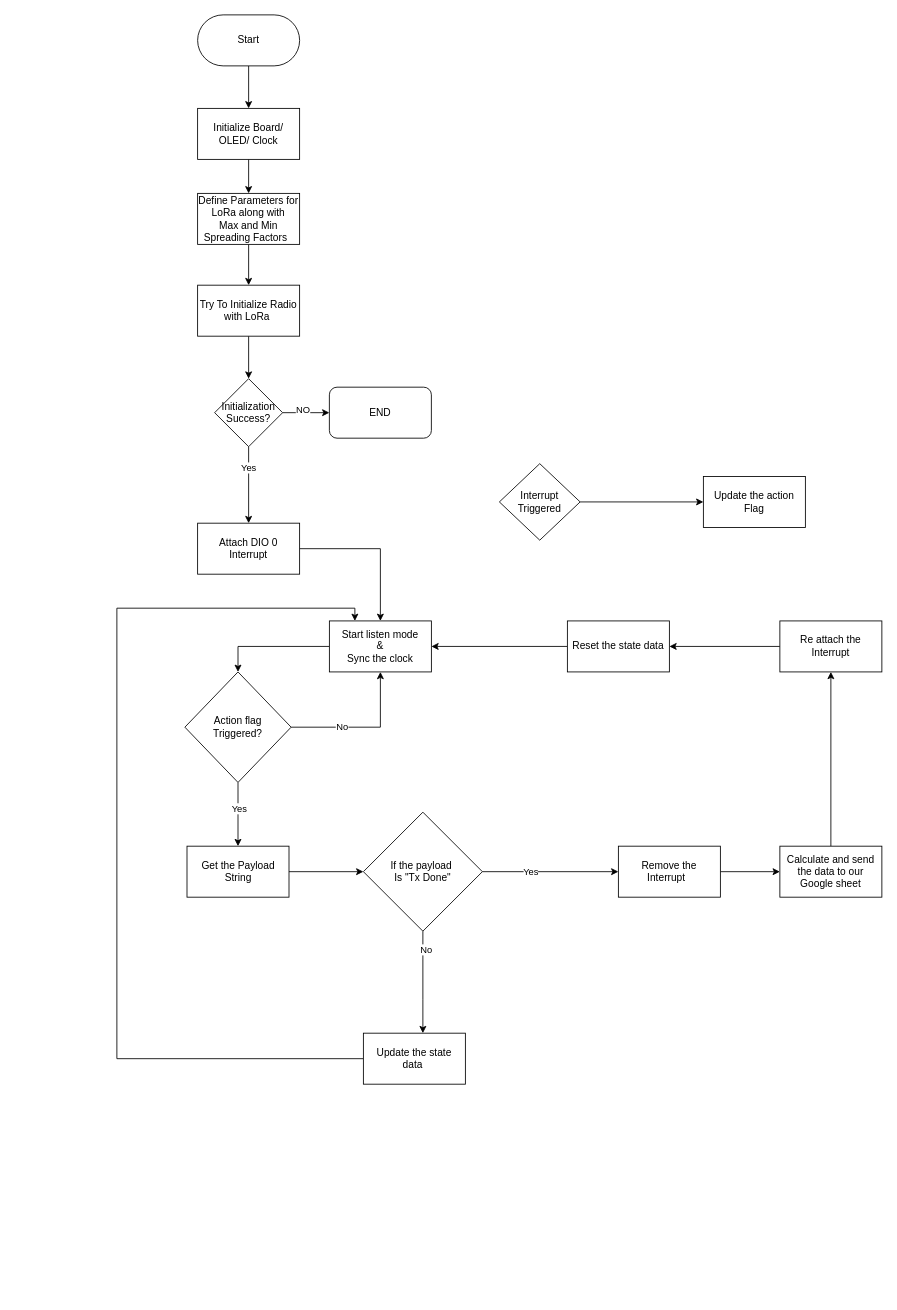
Earlier version of the draw.io diagram singlerelay.drawio (NuwanUdara/my-diagrams). Source tidied: cells renumbered, new cells numbered last; positions are measured from the earlier drawing's top-left corner, leaving out a move shared by most shapes. Both pictures are drawn from the tidied source at 85%, with x=0, y=0 at pixel (116, 14). Pictures stored in the file or linked from it are replaced by grey dashed boxes.
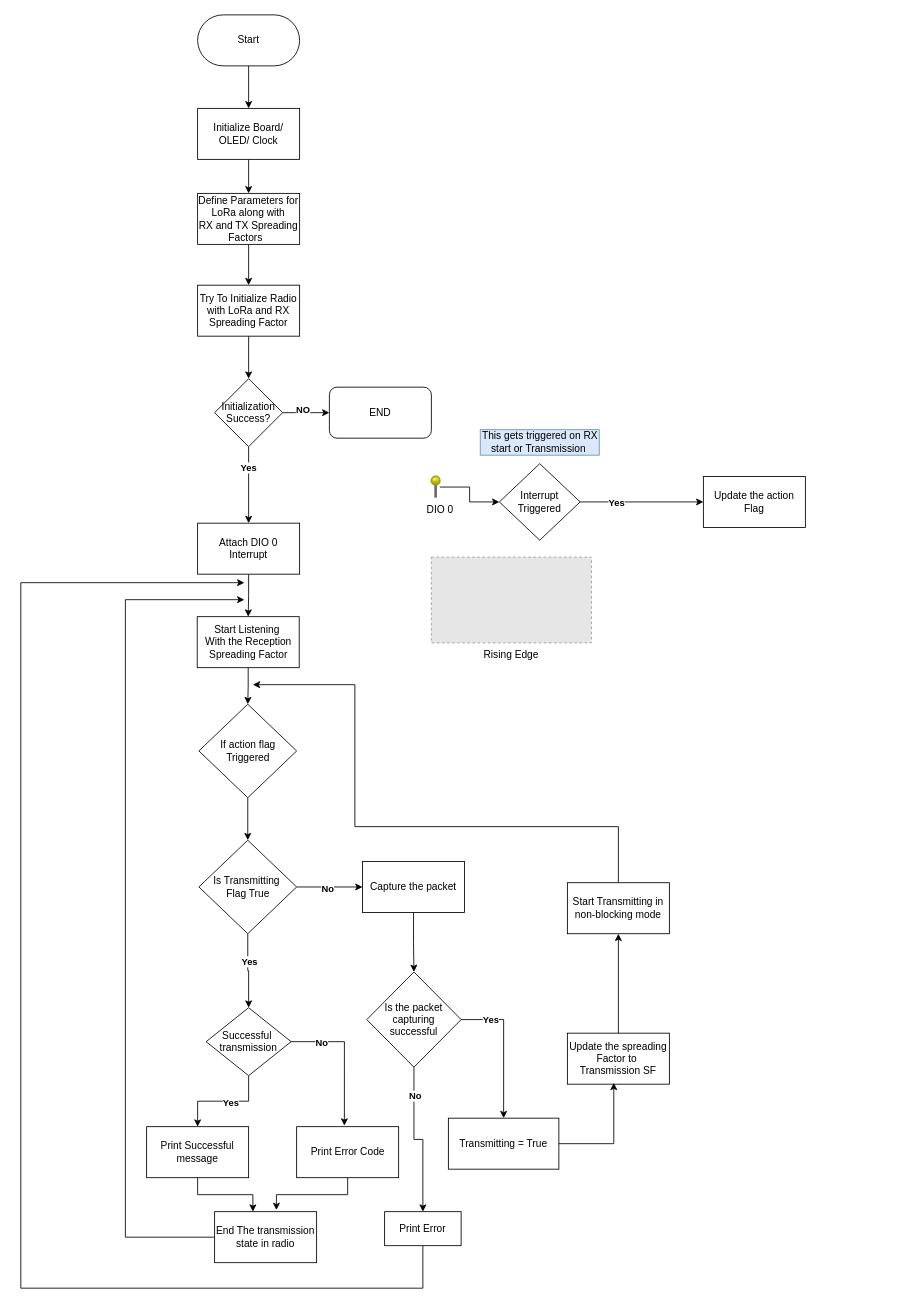
The same diagram, later.

The change refers to these unchanged cells:
```xml
<mxCell id="10" style="edgeStyle=orthogonalEdgeStyle;rounded=0;jettySize=auto;html=1;" parent="1" edge="1" source="14" target="16">
  <mxGeometry relative="1" as="geometry" />
</mxCell>
<mxCell id="12" style="edgeStyle=orthogonalEdgeStyle;rounded=0;jettySize=auto;html=1;entryX=0;entryY=0.5;entryDx=0;entryDy=0;" parent="1" edge="1" source="14" target="17">
  <mxGeometry relative="1" as="geometry" />
</mxCell>
<mxCell id="16" value="Attach DIO 0 &lt;br&gt;Interrupt" style="whiteSpace=wrap;html=1;rounded=0;" parent="1" vertex="1">
  <mxGeometry x="95" y="598" width="120" height="60" as="geometry" />
</mxCell>
<mxCell id="18" style="edgeStyle=orthogonalEdgeStyle;rounded=0;jettySize=auto;html=1;entryX=0;entryY=0.5;entryDx=0;entryDy=0;" parent="1" edge="1" source="19" target="20">
  <mxGeometry relative="1" as="geometry" />
</mxCell>
<mxCell id="19" value="Interrupt Triggered" style="rhombus;whiteSpace=wrap;html=1;rounded=0;" parent="1" vertex="1">
  <mxGeometry x="450" y="528" width="95" height="90" as="geometry" />
</mxCell>
```

Change to the diagram source:
```diff
@@
-    <mxCell id="7" value="Define Parameters for LoRa along with&lt;br&gt;Max and Min Spreading Factors&amp;nbsp;&amp;nbsp;" style="whiteSpace=wrap;html=1;rounded=0;" parent="1" vertex="1">
+    <mxCell id="7" value="Define Parameters for LoRa along with&lt;br&gt;RX and TX Spreading Factors&amp;nbsp;&amp;nbsp;" style="whiteSpace=wrap;html=1;rounded=0;" parent="1" vertex="1">
       <mxGeometry x="95" y="210" width="120" height="60" as="geometry" />
     </mxCell>
@@
-    <mxCell id="9" value="Try To Initialize Radio with LoRa&amp;nbsp;" style="whiteSpace=wrap;html=1;rounded=0;" parent="1" vertex="1">
+    <mxCell id="9" value="Try To Initialize Radio with LoRa and RX Spreading Factor" style="whiteSpace=wrap;html=1;rounded=0;" parent="1" vertex="1">
       <mxGeometry x="95" y="318" width="120" height="60" as="geometry" />
     </mxCell>
@@
-    <mxCell id="11" value="Yes" style="edgeLabel;html=1;align=center;verticalAlign=middle;" parent="10" vertex="1">
+    <mxCell id="11" value="Yes" style="edgeLabel;html=1;align=center;verticalAlign=middle;fontStyle=1;" parent="10" vertex="1">
       <mxGeometry x="-0.47" y="-1" relative="1" as="geometry" />
     </mxCell>
@@
-    <mxCell id="13" value="NO" style="edgeLabel;html=1;align=center;verticalAlign=middle;" parent="12" vertex="1">
+    <mxCell id="13" value="NO" style="edgeLabel;html=1;align=center;verticalAlign=middle;fontStyle=1;" parent="12" vertex="1">
       <mxGeometry x="-0.16" y="4" relative="1" as="geometry" />
     </mxCell>
@@
-    <mxCell id="15" style="edgeStyle=orthogonalEdgeStyle;rounded=0;jettySize=auto;html=1;" parent="1" edge="1" source="16" target="29">
-      <mxGeometry relative="1" as="geometry" />
-    </mxCell>
+    <mxCell id="45" style="edgeStyle=orthogonalEdgeStyle;rounded=0;jettySize=auto;html=1;" parent="1" edge="1" source="16" target="56">
+      <mxGeometry relative="1" as="geometry" />
+    </mxCell>
@@
+    <mxCell id="46" value="Yes" style="edgeLabel;html=1;align=center;verticalAlign=middle;fontStyle=1;" parent="18" vertex="1">
+      <mxGeometry x="-0.42" relative="1" as="geometry" />
+    </mxCell>
@@
-    <mxCell id="21" style="edgeStyle=orthogonalEdgeStyle;rounded=0;jettySize=auto;html=1;" parent="1" edge="1" source="25" target="27">
-      <mxGeometry relative="1" as="geometry" />
-    </mxCell>
-    <mxCell id="22" value="Yes" style="edgeLabel;html=1;align=center;verticalAlign=middle;" parent="21" vertex="1">
-      <mxGeometry x="-0.19" y="2" relative="1" as="geometry">
-        <mxPoint x="-1" as="offset" />
-      </mxGeometry>
-    </mxCell>
-    <mxCell id="23" style="edgeStyle=orthogonalEdgeStyle;rounded=0;jettySize=auto;html=1;entryX=0.5;entryY=1;entryDx=0;entryDy=0;" parent="1" edge="1" source="25" target="29">
-      <mxGeometry relative="1" as="geometry" />
-    </mxCell>
-    <mxCell id="24" value="No" style="edgeLabel;html=1;align=center;verticalAlign=middle;" parent="23" vertex="1">
-      <mxGeometry x="-0.31" y="1" relative="1" as="geometry" />
-    </mxCell>
-    <mxCell id="25" value="Action flag &lt;br&gt;Triggered?" style="rhombus;whiteSpace=wrap;html=1;" parent="1" vertex="1">
-      <mxGeometry x="80" y="773" width="125" height="130" as="geometry" />
-    </mxCell>
-    <mxCell id="26" style="edgeStyle=orthogonalEdgeStyle;rounded=0;jettySize=auto;html=1;entryX=0;entryY=0.5;entryDx=0;entryDy=0;" parent="1" edge="1" source="27" target="34">
-      <mxGeometry relative="1" as="geometry" />
-    </mxCell>
-    <mxCell id="27" value="Get the Payload String" style="whiteSpace=wrap;html=1;" parent="1" vertex="1">
-      <mxGeometry x="82.5" y="978" width="120" height="60" as="geometry" />
-    </mxCell>
-    <mxCell id="28" style="edgeStyle=orthogonalEdgeStyle;rounded=0;jettySize=auto;html=1;entryX=0.5;entryY=0;entryDx=0;entryDy=0;" parent="1" edge="1" source="29" target="25">
-      <mxGeometry relative="1" as="geometry" />
-    </mxCell>
-    <mxCell id="29" value="Start listen mode&lt;br&gt;&amp;amp;&lt;br&gt;Sync the clock" style="rounded=0;whiteSpace=wrap;html=1;" parent="1" vertex="1">
-      <mxGeometry x="250" y="713" width="120" height="60" as="geometry" />
-    </mxCell>
-    <mxCell id="30" style="edgeStyle=orthogonalEdgeStyle;rounded=0;jettySize=auto;html=1;" parent="1" edge="1" source="34" target="36">
-      <mxGeometry relative="1" as="geometry" />
-    </mxCell>
-    <mxCell id="31" value="Yes" style="edgeLabel;html=1;align=center;verticalAlign=middle;" parent="30" vertex="1">
-      <mxGeometry x="-0.3" y="1" relative="1" as="geometry" />
-    </mxCell>
-    <mxCell id="32" style="edgeStyle=orthogonalEdgeStyle;rounded=0;jettySize=auto;html=1;" parent="1" edge="1" source="34" target="38">
-      <mxGeometry relative="1" as="geometry">
-        <Array as="points">
-          <mxPoint x="360" y="1158" />
-          <mxPoint x="360" y="1158" />
-        </Array>
-      </mxGeometry>
-    </mxCell>
-    <mxCell id="33" value="No" style="edgeLabel;html=1;align=center;verticalAlign=middle;" parent="32" vertex="1">
-      <mxGeometry x="-0.65" y="3" relative="1" as="geometry" />
-    </mxCell>
-    <mxCell id="34" value="If the payload&amp;nbsp;&lt;br&gt;Is &quot;Tx Done&quot;" style="rhombus;whiteSpace=wrap;html=1;" parent="1" vertex="1">
-      <mxGeometry x="290" y="938" width="140" height="140" as="geometry" />
-    </mxCell>
-    <mxCell id="35" style="edgeStyle=orthogonalEdgeStyle;rounded=0;jettySize=auto;html=1;" parent="1" edge="1" source="36" target="42">
-      <mxGeometry relative="1" as="geometry" />
-    </mxCell>
-    <mxCell id="36" value="Remove the Interrupt&amp;nbsp;&amp;nbsp;" style="whiteSpace=wrap;html=1;" parent="1" vertex="1">
-      <mxGeometry x="590" y="978" width="120" height="60" as="geometry" />
-    </mxCell>
-    <mxCell id="37" style="edgeStyle=orthogonalEdgeStyle;rounded=0;jettySize=auto;html=1;entryX=0.25;entryY=0;entryDx=0;entryDy=0;exitX=0;exitY=0.5;exitDx=0;exitDy=0;" parent="1" edge="1" source="38" target="29">
-      <mxGeometry relative="1" as="geometry">
-        <Array as="points">
-          <mxPoint y="1228" />
-          <mxPoint y="698" />
-          <mxPoint x="280" y="698" />
-        </Array>
-      </mxGeometry>
-    </mxCell>
-    <mxCell id="38" value="Update the state data&amp;nbsp;" style="whiteSpace=wrap;html=1;" parent="1" vertex="1">
-      <mxGeometry x="290" y="1198" width="120" height="60" as="geometry" />
-    </mxCell>
-    <mxCell id="39" style="edgeStyle=orthogonalEdgeStyle;rounded=0;jettySize=auto;html=1;entryX=1;entryY=0.5;entryDx=0;entryDy=0;" parent="1" edge="1" source="40" target="29">
-      <mxGeometry relative="1" as="geometry">
-        <Array as="points">
-          <mxPoint x="570" y="743" />
-        </Array>
-      </mxGeometry>
-    </mxCell>
-    <mxCell id="40" value="Reset the state data" style="whiteSpace=wrap;html=1;" parent="1" vertex="1">
-      <mxGeometry x="530" y="713" width="120" height="60" as="geometry" />
-    </mxCell>
-    <mxCell id="41" style="edgeStyle=orthogonalEdgeStyle;rounded=0;jettySize=auto;html=1;" parent="1" edge="1" source="42" target="44">
-      <mxGeometry relative="1" as="geometry" />
-    </mxCell>
-    <mxCell id="42" value="Calculate and send the data to our Google sheet" style="whiteSpace=wrap;html=1;" parent="1" vertex="1">
-      <mxGeometry x="780" y="978" width="120" height="60" as="geometry" />
-    </mxCell>
-    <mxCell id="43" style="edgeStyle=orthogonalEdgeStyle;rounded=0;jettySize=auto;html=1;entryX=1;entryY=0.5;entryDx=0;entryDy=0;" parent="1" edge="1" source="44" target="40">
-      <mxGeometry relative="1" as="geometry" />
-    </mxCell>
-    <mxCell id="44" value="Re attach the Interrupt" style="whiteSpace=wrap;html=1;" parent="1" vertex="1">
-      <mxGeometry x="780" y="713" width="120" height="60" as="geometry" />
-    </mxCell>
+    <mxCell id="47" style="edgeStyle=orthogonalEdgeStyle;rounded=0;jettySize=auto;html=1;" parent="1" edge="1" source="48" target="54">
+      <mxGeometry relative="1" as="geometry" />
+    </mxCell>
+    <mxCell id="48" value="If action flag&lt;br&gt;Triggered" style="rhombus;whiteSpace=wrap;html=1;rounded=0;" parent="1" vertex="1">
+      <mxGeometry x="96.5" y="811" width="115" height="110" as="geometry" />
+    </mxCell>
+    <mxCell id="49" value="This gets triggered on RX start or Transmission&amp;nbsp;" style="text;html=1;strokeColor=#6c8ebf;fillColor=#dae8fc;align=center;verticalAlign=middle;whiteSpace=wrap;rounded=0;" parent="1" vertex="1">
+      <mxGeometry x="427.5" y="488" width="140" height="30" as="geometry" />
+    </mxCell>
+    <mxCell id="50" style="edgeStyle=orthogonalEdgeStyle;rounded=0;jettySize=auto;html=1;" parent="1" edge="1" source="54" target="62">
+      <mxGeometry relative="1" as="geometry" />
+    </mxCell>
+    <mxCell id="51" value="No" style="edgeLabel;html=1;align=center;verticalAlign=middle;fontStyle=1;" parent="50" vertex="1">
+      <mxGeometry x="-0.08" y="-1" relative="1" as="geometry" />
+    </mxCell>
+    <mxCell id="52" style="edgeStyle=orthogonalEdgeStyle;rounded=0;jettySize=auto;html=1;entryX=0.5;entryY=0;entryDx=0;entryDy=0;" parent="1" edge="1" source="54" target="78">
+      <mxGeometry relative="1" as="geometry" />
+    </mxCell>
+    <mxCell id="53" value="Yes" style="edgeLabel;html=1;align=center;verticalAlign=middle;fontStyle=1;" parent="52" vertex="1">
+      <mxGeometry x="-0.28" y="1" relative="1" as="geometry" />
+    </mxCell>
+    <mxCell id="54" value="Is Transmitting&amp;nbsp;&lt;br&gt;Flag True" style="rhombus;whiteSpace=wrap;html=1;rounded=0;" parent="1" vertex="1">
+      <mxGeometry x="96.5" y="971" width="115" height="110" as="geometry" />
+    </mxCell>
+    <mxCell id="55" style="edgeStyle=orthogonalEdgeStyle;rounded=0;jettySize=auto;html=1;" parent="1" edge="1" source="56" target="48">
+      <mxGeometry relative="1" as="geometry" />
+    </mxCell>
+    <mxCell id="56" value="Start Listening&amp;nbsp;&lt;br&gt;With the Reception Spreading Factor" style="whiteSpace=wrap;html=1;rounded=0;" parent="1" vertex="1">
+      <mxGeometry x="94.5" y="708" width="120" height="60" as="geometry" />
+    </mxCell>
+    <mxCell id="57" style="edgeStyle=orthogonalEdgeStyle;rounded=0;jettySize=auto;html=1;" parent="1" edge="1" source="58" target="60">
+      <mxGeometry relative="1" as="geometry" />
+    </mxCell>
+    <mxCell id="58" value="Update the spreading Factor to&amp;nbsp;&lt;br&gt;Transmission SF" style="rounded=0;whiteSpace=wrap;html=1;" parent="1" vertex="1">
+      <mxGeometry x="530" y="1198" width="120" height="60" as="geometry" />
+    </mxCell>
+    <mxCell id="59" style="edgeStyle=orthogonalEdgeStyle;rounded=0;jettySize=auto;html=1;exitX=0.5;exitY=0;exitDx=0;exitDy=0;" parent="1" edge="1" source="60">
+      <mxGeometry relative="1" as="geometry">
+        <mxPoint x="160" y="788" as="targetPoint" />
+        <Array as="points">
+          <mxPoint x="590" y="955" />
+          <mxPoint x="280" y="955" />
+          <mxPoint x="280" y="788" />
+        </Array>
+      </mxGeometry>
+    </mxCell>
+    <mxCell id="60" value="Start Transmitting in non-blocking mode" style="whiteSpace=wrap;html=1;rounded=0;" parent="1" vertex="1">
+      <mxGeometry x="530" y="1021" width="120" height="60" as="geometry" />
+    </mxCell>
+    <mxCell id="61" style="edgeStyle=orthogonalEdgeStyle;rounded=0;jettySize=auto;html=1;" parent="1" edge="1" source="62" target="67">
+      <mxGeometry relative="1" as="geometry" />
+    </mxCell>
+    <mxCell id="62" value="Capture the packet" style="whiteSpace=wrap;html=1;rounded=0;" parent="1" vertex="1">
+      <mxGeometry x="289" y="996" width="120" height="60" as="geometry" />
+    </mxCell>
+    <mxCell id="63" style="edgeStyle=orthogonalEdgeStyle;rounded=0;jettySize=auto;html=1;exitX=1;exitY=0.5;exitDx=0;exitDy=0;" parent="1" edge="1" source="67" target="68">
+      <mxGeometry relative="1" as="geometry" />
+    </mxCell>
+    <mxCell id="64" value="Yes" style="edgeLabel;html=1;align=center;verticalAlign=middle;fontStyle=1;" parent="63" vertex="1">
+      <mxGeometry x="-0.59" relative="1" as="geometry" />
+    </mxCell>
+    <mxCell id="65" style="edgeStyle=orthogonalEdgeStyle;rounded=0;jettySize=auto;html=1;exitX=0.5;exitY=1;exitDx=0;exitDy=0;" parent="1" edge="1" source="67" target="86">
+      <mxGeometry relative="1" as="geometry" />
+    </mxCell>
+    <mxCell id="66" value="No" style="edgeLabel;html=1;align=center;verticalAlign=middle;fontStyle=1;" parent="65" vertex="1">
+      <mxGeometry x="-0.63" y="1" relative="1" as="geometry" />
+    </mxCell>
+    <mxCell id="67" value="Is the packet&lt;br&gt;capturing &lt;br&gt;successful" style="rhombus;whiteSpace=wrap;html=1;rounded=0;" parent="1" vertex="1">
+      <mxGeometry x="294" y="1126" width="111" height="112" as="geometry" />
+    </mxCell>
+    <mxCell id="68" value="Transmitting = True" style="rounded=0;whiteSpace=wrap;html=1;" parent="1" vertex="1">
+      <mxGeometry x="390" y="1298" width="130" height="60" as="geometry" />
+    </mxCell>
+    <mxCell id="69" style="edgeStyle=orthogonalEdgeStyle;rounded=0;jettySize=auto;html=1;entryX=0.455;entryY=0.974;entryDx=0;entryDy=0;entryPerimeter=0;" parent="1" edge="1" source="68" target="58">
+      <mxGeometry relative="1" as="geometry" />
+    </mxCell>
+    <mxCell id="70" style="edgeStyle=orthogonalEdgeStyle;rounded=0;jettySize=auto;html=1;entryX=0;entryY=0.5;entryDx=0;entryDy=0;" parent="1" edge="1" source="71" target="19">
+      <mxGeometry relative="1" as="geometry" />
+    </mxCell>
+    <mxCell id="71" style="verticalLabelPosition=top;shadow=0;dashed=0;align=center;html=1;verticalAlign=bottom;strokeWidth=1;shape=mxgraph.mockup.misc.pin;fillColor2=#ffff00;fillColor3=#888800;strokeColor=#999900;" parent="1" vertex="1">
+      <mxGeometry x="370" y="543" width="10" height="25" as="geometry" />
+    </mxCell>
+    <mxCell id="72" value="DIO 0" style="text;html=1;align=center;verticalAlign=middle;strokeColor=none;fillColor=none;" parent="1" vertex="1">
+      <mxGeometry x="355" y="568" width="50" height="30" as="geometry" />
+    </mxCell>
+    <mxCell id="73" value="Rising Edge" style="fillColor=#E6E6E6;strokeColor=#999999;dashed=1;verticalLabelPosition=bottom;labelBackgroundColor=default;verticalAlign=top;" parent="1" vertex="1">
+      <mxGeometry x="370" y="638" width="188.3" height="100.8" as="geometry" />
+    </mxCell>
+    <mxCell id="74" style="edgeStyle=orthogonalEdgeStyle;rounded=0;jettySize=auto;html=1;" parent="1" edge="1" source="78" target="79">
+      <mxGeometry relative="1" as="geometry" />
+    </mxCell>
+    <mxCell id="75" value="Yes" style="edgeLabel;html=1;align=center;verticalAlign=middle;fontStyle=1;" parent="74" vertex="1">
+      <mxGeometry x="-0.14" y="1" relative="1" as="geometry" />
+    </mxCell>
+    <mxCell id="76" style="edgeStyle=orthogonalEdgeStyle;rounded=0;jettySize=auto;html=1;entryX=0.468;entryY=-0.021;entryDx=0;entryDy=0;entryPerimeter=0;" parent="1" edge="1" source="78" target="80">
+      <mxGeometry relative="1" as="geometry" />
+    </mxCell>
+    <mxCell id="77" value="No" style="edgeLabel;html=1;align=center;verticalAlign=middle;fontStyle=1;" parent="76" vertex="1">
+      <mxGeometry x="-0.57" y="-1" relative="1" as="geometry" />
+    </mxCell>
+    <mxCell id="78" value="Successful&amp;nbsp;&lt;br&gt;transmission" style="rhombus;whiteSpace=wrap;html=1;" parent="1" vertex="1">
+      <mxGeometry x="105" y="1168" width="100" height="80" as="geometry" />
+    </mxCell>
+    <mxCell id="79" value="Print Successful message" style="whiteSpace=wrap;html=1;" parent="1" vertex="1">
+      <mxGeometry x="35" y="1308" width="120" height="60" as="geometry" />
+    </mxCell>
+    <mxCell id="80" value="Print Error Code" style="rounded=0;whiteSpace=wrap;html=1;" parent="1" vertex="1">
+      <mxGeometry x="211.5" y="1308" width="120" height="60" as="geometry" />
+    </mxCell>
+    <mxCell id="81" style="edgeStyle=orthogonalEdgeStyle;rounded=0;jettySize=auto;html=1;exitX=0;exitY=0.5;exitDx=0;exitDy=0;" parent="1" edge="1" source="82">
+      <mxGeometry relative="1" as="geometry">
+        <mxPoint x="150" y="688" as="targetPoint" />
+        <Array as="points">
+          <mxPoint x="10" y="1438" />
+          <mxPoint x="10" y="688" />
+          <mxPoint x="100" y="688" />
+        </Array>
+      </mxGeometry>
+    </mxCell>
+    <mxCell id="82" value="End The transmission state in radio" style="rounded=0;whiteSpace=wrap;html=1;" parent="1" vertex="1">
+      <mxGeometry x="115" y="1408" width="120" height="60" as="geometry" />
+    </mxCell>
+    <mxCell id="83" style="edgeStyle=orthogonalEdgeStyle;rounded=0;jettySize=auto;html=1;entryX=0.606;entryY=-0.032;entryDx=0;entryDy=0;entryPerimeter=0;" parent="1" edge="1" source="80" target="82">
+      <mxGeometry relative="1" as="geometry" />
+    </mxCell>
+    <mxCell id="84" style="edgeStyle=orthogonalEdgeStyle;rounded=0;jettySize=auto;html=1;entryX=0.375;entryY=0;entryDx=0;entryDy=0;entryPerimeter=0;" parent="1" edge="1" source="79" target="82">
+      <mxGeometry relative="1" as="geometry" />
+    </mxCell>
+    <mxCell id="85" style="edgeStyle=orthogonalEdgeStyle;rounded=0;jettySize=auto;html=1;" parent="1" edge="1" source="86">
+      <mxGeometry relative="1" as="geometry">
+        <mxPoint x="150" y="668" as="targetPoint" />
+        <Array as="points">
+          <mxPoint x="360" y="1498" />
+          <mxPoint x="-113" y="1498" />
+          <mxPoint x="-113" y="668" />
+        </Array>
+      </mxGeometry>
+    </mxCell>
+    <mxCell id="86" value="Print Error" style="rounded=0;whiteSpace=wrap;html=1;" parent="1" vertex="1">
+      <mxGeometry x="315" y="1408" width="90" height="40" as="geometry" />
+    </mxCell>
```
